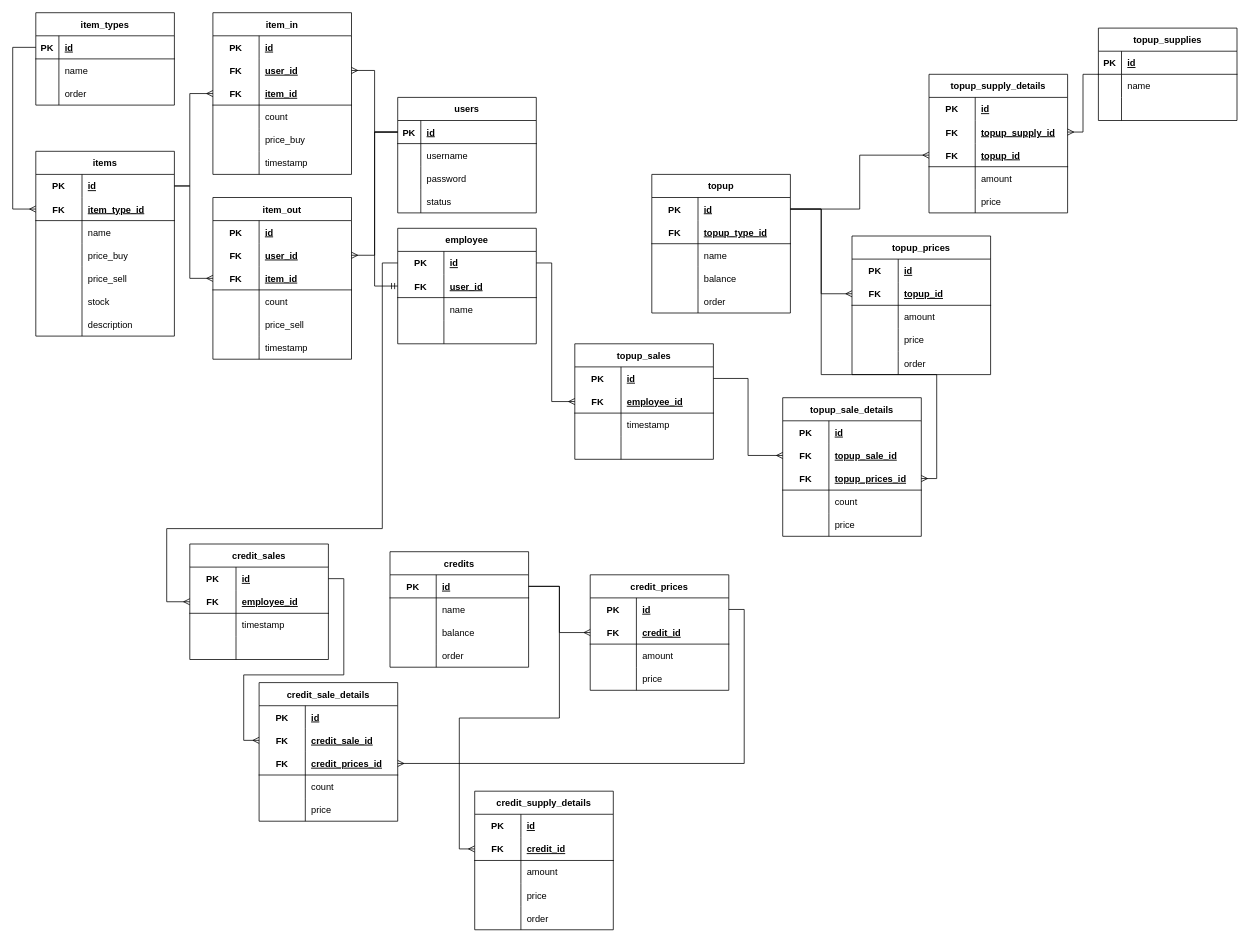
The draw.io diagram database/Database Schema.drawio in yafizh/cell-phone-api, before the edit. Source tidied: cells renumbered, new cells numbered last; positions are measured from the earlier drawing's top-left corner, leaving out a move shared by most shapes. Both pictures are drawn from the tidied source at 77%, with x=0, y=0 at pixel (12, 12).
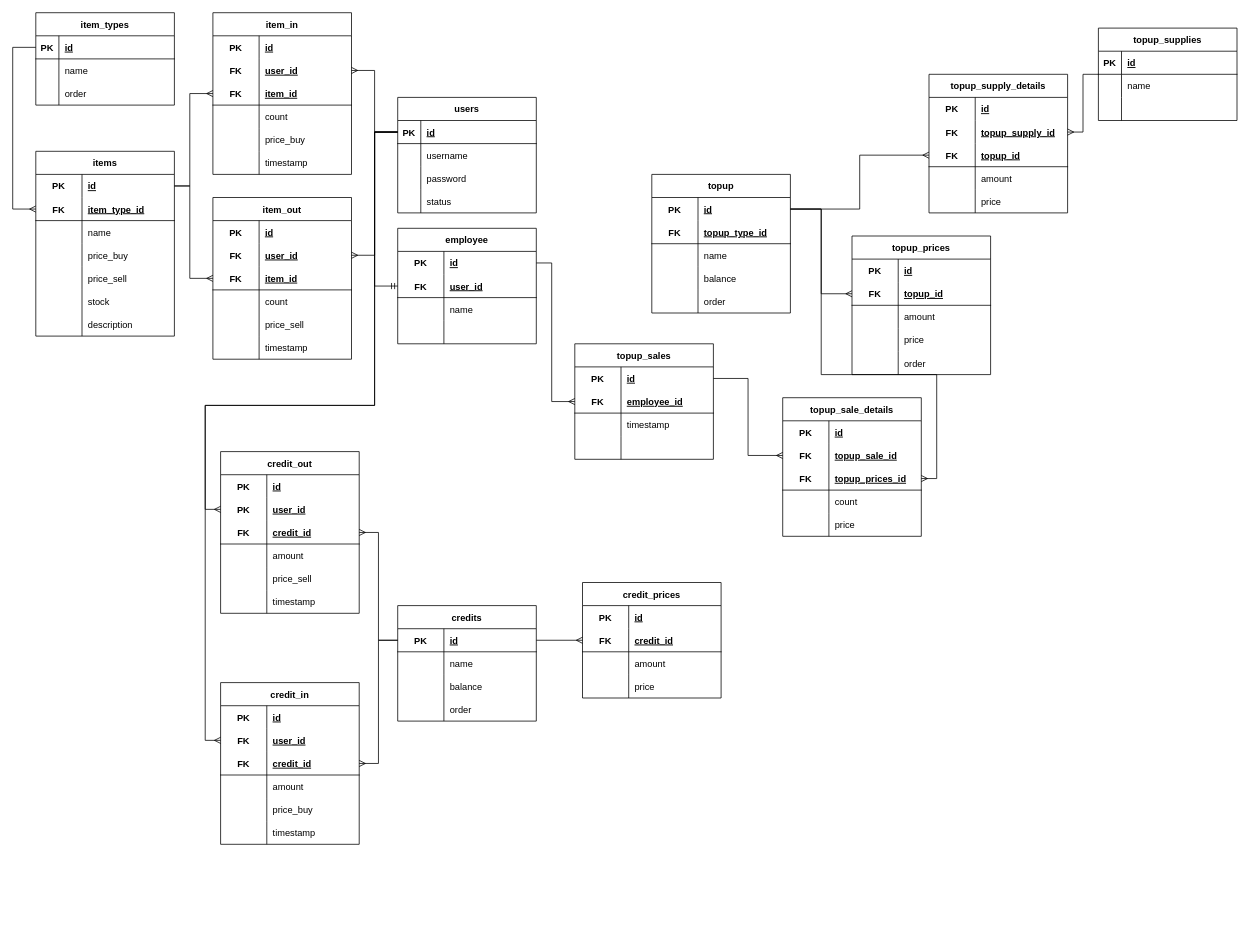
After the change.

The change refers to these unchanged cells:
```xml
<mxCell id="25" style="shape=tableRow;horizontal=0;startSize=0;swimlaneHead=0;swimlaneBody=0;fillColor=none;points=[[0,0.5],[1,0.5]];portConstraint=eastwest;top=0;left=0;right=0;bottom=1;" parent="24" vertex="1">
  <mxGeometry y="30" width="180" height="30" as="geometry" />
</mxCell>
<mxCell id="57" style="shape=tableRow;horizontal=0;startSize=0;swimlaneHead=0;swimlaneBody=0;fillColor=none;points=[[0,0.5],[1,0.5]];portConstraint=eastwest;top=0;left=0;right=0;bottom=0;" parent="56" vertex="1">
  <mxGeometry y="30" width="180" height="30" as="geometry" />
</mxCell>
<mxCell id="196" style="shape=tableRow;horizontal=0;startSize=0;swimlaneHead=0;swimlaneBody=0;fillColor=none;points=[[0,0.5],[1,0.5]];portConstraint=eastwest;top=0;left=0;right=0;bottom=1;" parent="195" vertex="1">
  <mxGeometry y="30" width="180" height="30" as="geometry" />
</mxCell>
<mxCell id="209" style="shape=tableRow;horizontal=0;startSize=0;swimlaneHead=0;swimlaneBody=0;fillColor=none;points=[[0,0.5],[1,0.5]];portConstraint=eastwest;top=0;left=0;right=0;bottom=0;" parent="208" vertex="1">
  <mxGeometry y="30" width="180" height="30" as="geometry" />
</mxCell>
<mxCell id="241" style="shape=tableRow;horizontal=0;startSize=0;swimlaneHead=0;swimlaneBody=0;fillColor=none;points=[[0,0.5],[1,0.5]];portConstraint=eastwest;top=0;left=0;right=0;bottom=0;" parent="237" vertex="1">
  <mxGeometry y="60" width="180" height="30" as="geometry" />
</mxCell>
<mxCell id="244" style="shape=tableRow;horizontal=0;startSize=0;swimlaneHead=0;swimlaneBody=0;fillColor=none;points=[[0,0.5],[1,0.5]];portConstraint=eastwest;top=0;left=0;right=0;bottom=1;" parent="237" vertex="1">
  <mxGeometry y="90" width="180" height="30" as="geometry" />
</mxCell>
<mxCell id="247" style="shape=tableRow;horizontal=0;startSize=0;swimlaneHead=0;swimlaneBody=0;fillColor=none;top=0;left=0;right=0;bottom=0;" parent="237" vertex="1">
  <mxGeometry y="120" width="180" height="30" as="geometry" />
</mxCell>
<mxCell id="250" style="shape=tableRow;horizontal=0;startSize=0;swimlaneHead=0;swimlaneBody=0;fillColor=none;top=0;left=0;right=0;bottom=0;" parent="237" vertex="1">
  <mxGeometry y="150" width="180" height="30" as="geometry" />
</mxCell>
```

The edit, as a diff of the source:
```diff
@@
     <mxCell id="195" value="credits" style="shape=table;startSize=30;childLayout=tableLayout;rowLines=0;fontStyle=1;align=center;" parent="1" vertex="1">
-      <mxGeometry x="490" y="700" width="180" height="150" as="geometry" />
+      <mxGeometry x="500" y="770" width="180" height="150" as="geometry" />
     </mxCell>
@@
     <mxCell id="208" value="credit_prices" style="shape=table;startSize=30;childLayout=tableLayout;rowLines=0;fontStyle=1;align=center;" parent="1" vertex="1">
-      <mxGeometry x="750" y="730" width="180" height="150" as="geometry" />
+      <mxGeometry x="740" y="740" width="180" height="150" as="geometry" />
     </mxCell>
@@
-    <mxCell id="222" style="edgeStyle=orthogonalEdgeStyle;rounded=0;jettySize=auto;html=1;entryX=0;entryY=0.5;entryDx=0;entryDy=0;endArrow=ERmany;endFill=0;exitX=1;exitY=0.5;exitDx=0;exitDy=0;" parent="1" edge="1" source="224" target="241">
-      <mxGeometry relative="1" as="geometry">
-        <Array as="points">
-          <mxPoint x="430" y="735" />
-          <mxPoint x="430" y="860" />
-          <mxPoint x="300" y="860" />
-          <mxPoint x="300" y="945" />
-        </Array>
-      </mxGeometry>
-    </mxCell>
-    <mxCell id="223" value="credit_sales" style="shape=table;startSize=30;childLayout=tableLayout;rowLines=0;fontStyle=1;align=center;" parent="1" vertex="1">
-      <mxGeometry x="230" y="690" width="180" height="150" as="geometry" />
-    </mxCell>
-    <mxCell id="224" style="shape=tableRow;horizontal=0;startSize=0;swimlaneHead=0;swimlaneBody=0;fillColor=none;points=[[0,0.5],[1,0.5]];portConstraint=eastwest;top=0;left=0;right=0;bottom=0;" parent="223" vertex="1">
-      <mxGeometry y="30" width="180" height="30" as="geometry" />
-    </mxCell>
-    <mxCell id="225" value="PK" style="shape=partialRectangle;fillColor=none;top=0;left=0;bottom=0;right=0;fontStyle=1;overflow=hidden;" parent="224" vertex="1">
-      <mxGeometry width="60" height="30" as="geometry" />
-    </mxCell>
-    <mxCell id="226" value="id" style="shape=partialRectangle;fillColor=none;top=0;left=0;bottom=0;right=0;align=left;spacingLeft=6;fontStyle=5;overflow=hidden;" parent="224" vertex="1">
-      <mxGeometry x="60" width="120" height="30" as="geometry" />
-    </mxCell>
-    <mxCell id="227" style="shape=tableRow;horizontal=0;startSize=0;swimlaneHead=0;swimlaneBody=0;fillColor=none;points=[[0,0.5],[1,0.5]];portConstraint=eastwest;top=0;left=0;right=0;bottom=1;" parent="223" vertex="1">
-      <mxGeometry y="60" width="180" height="30" as="geometry" />
-    </mxCell>
-    <mxCell id="228" value="FK" style="shape=partialRectangle;fillColor=none;top=0;left=0;bottom=0;right=0;fontStyle=1;overflow=hidden;" parent="227" vertex="1">
-      <mxGeometry width="60" height="30" as="geometry" />
-    </mxCell>
-    <mxCell id="229" value="employee_id" style="shape=partialRectangle;fillColor=none;top=0;left=0;bottom=0;right=0;align=left;spacingLeft=6;fontStyle=5;overflow=hidden;" parent="227" vertex="1">
-      <mxGeometry x="60" width="120" height="30" as="geometry" />
-    </mxCell>
-    <mxCell id="230" style="shape=tableRow;horizontal=0;startSize=0;swimlaneHead=0;swimlaneBody=0;fillColor=none;top=0;left=0;right=0;bottom=0;" parent="223" vertex="1">
-      <mxGeometry y="90" width="180" height="30" as="geometry" />
-    </mxCell>
-    <mxCell id="231" style="shape=partialRectangle;fillColor=none;top=0;left=0;bottom=0;right=0;overflow=hidden;" parent="230" vertex="1">
-      <mxGeometry width="60" height="30" as="geometry" />
-    </mxCell>
-    <mxCell id="232" value="timestamp" style="shape=partialRectangle;fillColor=none;top=0;left=0;bottom=0;right=0;align=left;spacingLeft=6;overflow=hidden;" parent="230" vertex="1">
-      <mxGeometry x="60" width="120" height="30" as="geometry" />
-    </mxCell>
-    <mxCell id="233" style="shape=tableRow;horizontal=0;startSize=0;swimlaneHead=0;swimlaneBody=0;fillColor=none;top=0;left=0;right=0;bottom=0;" parent="223" vertex="1">
-      <mxGeometry y="120" width="180" height="30" as="geometry" />
-    </mxCell>
-    <mxCell id="234" style="shape=partialRectangle;fillColor=none;top=0;left=0;bottom=0;right=0;overflow=hidden;" parent="233" vertex="1">
-      <mxGeometry width="60" height="30" as="geometry" />
-    </mxCell>
-    <mxCell id="235" style="shape=partialRectangle;fillColor=none;top=0;left=0;bottom=0;right=0;align=left;spacingLeft=6;overflow=hidden;" parent="233" vertex="1">
-      <mxGeometry x="60" width="120" height="30" as="geometry" />
-    </mxCell>
-    <mxCell id="236" style="edgeStyle=orthogonalEdgeStyle;rounded=0;jettySize=auto;html=1;entryX=0;entryY=0.5;entryDx=0;entryDy=0;endArrow=ERmany;endFill=0;" parent="1" edge="1" source="57" target="227">
-      <mxGeometry relative="1" as="geometry">
-        <Array as="points">
-          <mxPoint x="480" y="325" />
-          <mxPoint x="480" y="670" />
-          <mxPoint x="200" y="670" />
-          <mxPoint x="200" y="765" />
-        </Array>
-      </mxGeometry>
-    </mxCell>
-    <mxCell id="237" value="credit_sale_details" style="shape=table;startSize=30;childLayout=tableLayout;rowLines=0;fontStyle=1;align=center;" parent="1" vertex="1">
-      <mxGeometry x="320" y="870" width="180" height="180" as="geometry" />
+    <mxCell id="237" value="credit_in" style="shape=table;startSize=30;childLayout=tableLayout;rowLines=0;fontStyle=1;align=center;" parent="1" vertex="1">
+      <mxGeometry x="270" y="870" width="180" height="210" as="geometry" />
     </mxCell>
@@
-    <mxCell id="243" value="credit_sale_id" style="shape=partialRectangle;fillColor=none;top=0;left=0;bottom=0;right=0;align=left;spacingLeft=6;fontStyle=5;overflow=hidden;" parent="241" vertex="1">
+    <mxCell id="243" value="user_id" style="shape=partialRectangle;fillColor=none;top=0;left=0;bottom=0;right=0;align=left;spacingLeft=6;fontStyle=5;overflow=hidden;" parent="241" vertex="1">
       <mxGeometry x="60" width="120" height="30" as="geometry" />
     </mxCell>
@@
-    <mxCell id="246" value="credit_prices_id" style="shape=partialRectangle;fillColor=none;top=0;left=0;bottom=0;right=0;align=left;spacingLeft=6;fontStyle=5;overflow=hidden;" parent="244" vertex="1">
+    <mxCell id="246" value="credit_id" style="shape=partialRectangle;fillColor=none;top=0;left=0;bottom=0;right=0;align=left;spacingLeft=6;fontStyle=5;overflow=hidden;" parent="244" vertex="1">
       <mxGeometry x="60" width="120" height="30" as="geometry" />
     </mxCell>
@@
-    <mxCell id="249" value="count" style="shape=partialRectangle;fillColor=none;top=0;left=0;bottom=0;right=0;align=left;spacingLeft=6;overflow=hidden;" parent="247" vertex="1">
+    <mxCell id="249" value="amount" style="shape=partialRectangle;fillColor=none;top=0;left=0;bottom=0;right=0;align=left;spacingLeft=6;overflow=hidden;" parent="247" vertex="1">
       <mxGeometry x="60" width="120" height="30" as="geometry" />
     </mxCell>
@@
-    <mxCell id="252" value="price" style="shape=partialRectangle;fillColor=none;top=0;left=0;bottom=0;right=0;align=left;spacingLeft=6;overflow=hidden;" parent="250" vertex="1">
+    <mxCell id="252" value="price_buy" style="shape=partialRectangle;fillColor=none;top=0;left=0;bottom=0;right=0;align=left;spacingLeft=6;overflow=hidden;" parent="250" vertex="1">
       <mxGeometry x="60" width="120" height="30" as="geometry" />
     </mxCell>
-    <mxCell id="253" style="edgeStyle=orthogonalEdgeStyle;rounded=0;jettySize=auto;html=1;entryX=1;entryY=0.5;entryDx=0;entryDy=0;endArrow=ERmany;endFill=0;" parent="1" edge="1" source="209" target="244">
-      <mxGeometry relative="1" as="geometry">
-        <Array as="points">
-          <mxPoint x="950" y="775" />
-          <mxPoint x="950" y="975" />
-        </Array>
-      </mxGeometry>
-    </mxCell>
+    <mxCell id="273" style="shape=tableRow;horizontal=0;startSize=0;swimlaneHead=0;swimlaneBody=0;fillColor=none;top=0;left=0;right=0;bottom=0;" parent="237" vertex="1">
+      <mxGeometry y="180" width="180" height="30" as="geometry" />
+    </mxCell>
+    <mxCell id="274" style="shape=partialRectangle;fillColor=none;top=0;left=0;bottom=0;right=0;overflow=hidden;" parent="273" vertex="1">
+      <mxGeometry width="60" height="30" as="geometry" />
+    </mxCell>
+    <mxCell id="232" value="timestamp" style="shape=partialRectangle;fillColor=none;top=0;left=0;bottom=0;right=0;align=left;spacingLeft=6;overflow=hidden;" parent="273" vertex="1">
+      <mxGeometry x="60" width="120" height="30" as="geometry" />
+    </mxCell>
-    <mxCell id="254" value="credit_supply_details" style="shape=table;startSize=30;childLayout=tableLayout;rowLines=0;fontStyle=1;align=center;" parent="1" vertex="1">
-      <mxGeometry x="600" y="1011" width="180" height="180" as="geometry" />
+    <mxCell id="254" value="credit_out" style="shape=table;startSize=30;childLayout=tableLayout;rowLines=0;fontStyle=1;align=center;" parent="1" vertex="1">
+      <mxGeometry x="270" y="570" width="180" height="210" as="geometry" />
     </mxCell>
@@
+    <mxCell id="275" style="shape=tableRow;horizontal=0;startSize=0;swimlaneHead=0;swimlaneBody=0;fillColor=none;points=[[0,0.5],[1,0.5]];portConstraint=eastwest;top=0;left=0;right=0;bottom=0;" parent="254" vertex="1">
+      <mxGeometry y="60" width="180" height="30" as="geometry" />
+    </mxCell>
+    <mxCell id="225" value="PK" style="shape=partialRectangle;fillColor=none;top=0;left=0;bottom=0;right=0;fontStyle=1;overflow=hidden;" parent="275" vertex="1">
+      <mxGeometry width="60" height="30" as="geometry" />
+    </mxCell>
+    <mxCell id="276" value="user_id" style="shape=partialRectangle;fillColor=none;top=0;left=0;bottom=0;right=0;align=left;spacingLeft=6;fontStyle=5;overflow=hidden;" parent="275" vertex="1">
+      <mxGeometry x="60" width="120" height="30" as="geometry" />
+    </mxCell>
     <mxCell id="258" style="shape=tableRow;horizontal=0;startSize=0;swimlaneHead=0;swimlaneBody=0;fillColor=none;points=[[0,0.5],[1,0.5]];portConstraint=eastwest;top=0;left=0;right=0;bottom=1;" parent="254" vertex="1">
-      <mxGeometry y="60" width="180" height="30" as="geometry" />
+      <mxGeometry y="90" width="180" height="30" as="geometry" />
     </mxCell>
@@
     <mxCell id="261" style="shape=tableRow;horizontal=0;startSize=0;swimlaneHead=0;swimlaneBody=0;fillColor=none;top=0;left=0;right=0;bottom=0;" parent="254" vertex="1">
-      <mxGeometry y="90" width="180" height="30" as="geometry" />
+      <mxGeometry y="120" width="180" height="30" as="geometry" />
     </mxCell>
@@
     <mxCell id="264" style="shape=tableRow;horizontal=0;startSize=0;swimlaneHead=0;swimlaneBody=0;fillColor=none;top=0;left=0;right=0;bottom=0;" parent="254" vertex="1">
-      <mxGeometry y="120" width="180" height="30" as="geometry" />
+      <mxGeometry y="150" width="180" height="30" as="geometry" />
     </mxCell>
@@
-    <mxCell id="266" value="price" style="shape=partialRectangle;fillColor=none;top=0;left=0;bottom=0;right=0;align=left;spacingLeft=6;overflow=hidden;" parent="264" vertex="1">
+    <mxCell id="266" value="price_sell" style="shape=partialRectangle;fillColor=none;top=0;left=0;bottom=0;right=0;align=left;spacingLeft=6;overflow=hidden;" parent="264" vertex="1">
       <mxGeometry x="60" width="120" height="30" as="geometry" />
     </mxCell>
     <mxCell id="267" style="shape=tableRow;horizontal=0;startSize=0;swimlaneHead=0;swimlaneBody=0;fillColor=none;top=0;left=0;right=0;bottom=0;" parent="254" vertex="1">
-      <mxGeometry y="150" width="180" height="30" as="geometry" />
+      <mxGeometry y="180" width="180" height="30" as="geometry" />
     </mxCell>
@@
-    <mxCell id="269" value="order" style="shape=partialRectangle;fillColor=none;top=0;left=0;bottom=0;right=0;align=left;spacingLeft=6;overflow=hidden;" parent="267" vertex="1">
+    <mxCell id="269" value="timestamp" style="shape=partialRectangle;fillColor=none;top=0;left=0;bottom=0;right=0;align=left;spacingLeft=6;overflow=hidden;" parent="267" vertex="1">
       <mxGeometry x="60" width="120" height="30" as="geometry" />
     </mxCell>
-    <mxCell id="270" style="edgeStyle=orthogonalEdgeStyle;rounded=0;jettySize=auto;html=1;entryX=0;entryY=0.5;entryDx=0;entryDy=0;endArrow=ERmany;endFill=0;" parent="1" edge="1" source="196" target="258">
-      <mxGeometry relative="1" as="geometry">
-        <Array as="points">
-          <mxPoint x="710" y="745" />
-          <mxPoint x="710" y="916" />
-          <mxPoint x="580" y="916" />
-          <mxPoint x="580" y="1086" />
-        </Array>
-      </mxGeometry>
-    </mxCell>
@@
+    <mxCell id="277" style="edgeStyle=orthogonalEdgeStyle;rounded=0;jettySize=auto;html=1;entryX=1;entryY=0.5;entryDx=0;entryDy=0;endArrow=ERmany;endFill=0;" parent="1" edge="1" source="196" target="244">
+      <mxGeometry relative="1" as="geometry" />
+    </mxCell>
+    <mxCell id="270" style="edgeStyle=orthogonalEdgeStyle;rounded=0;jettySize=auto;html=1;entryX=1;entryY=0.5;entryDx=0;entryDy=0;endArrow=ERmany;endFill=0;" parent="1" edge="1" source="196" target="258">
+      <mxGeometry relative="1" as="geometry" />
+    </mxCell>
+    <mxCell id="278" style="edgeStyle=orthogonalEdgeStyle;rounded=0;jettySize=auto;html=1;entryX=0;entryY=0.5;entryDx=0;entryDy=0;endArrow=ERmany;endFill=0;" parent="1" edge="1" source="25" target="275">
+      <mxGeometry relative="1" as="geometry">
+        <Array as="points">
+          <mxPoint x="470" y="155" />
+          <mxPoint x="470" y="510" />
+          <mxPoint x="250" y="510" />
+          <mxPoint x="250" y="645" />
+        </Array>
+      </mxGeometry>
+    </mxCell>
+    <mxCell id="279" style="edgeStyle=orthogonalEdgeStyle;rounded=0;jettySize=auto;html=1;entryX=0;entryY=0.5;entryDx=0;entryDy=0;endArrow=ERmany;endFill=0;" parent="1" edge="1" source="25" target="241">
+      <mxGeometry relative="1" as="geometry">
+        <Array as="points">
+          <mxPoint x="470" y="155" />
+          <mxPoint x="470" y="510" />
+          <mxPoint x="250" y="510" />
+          <mxPoint x="250" y="945" />
+        </Array>
+      </mxGeometry>
+    </mxCell>
```
